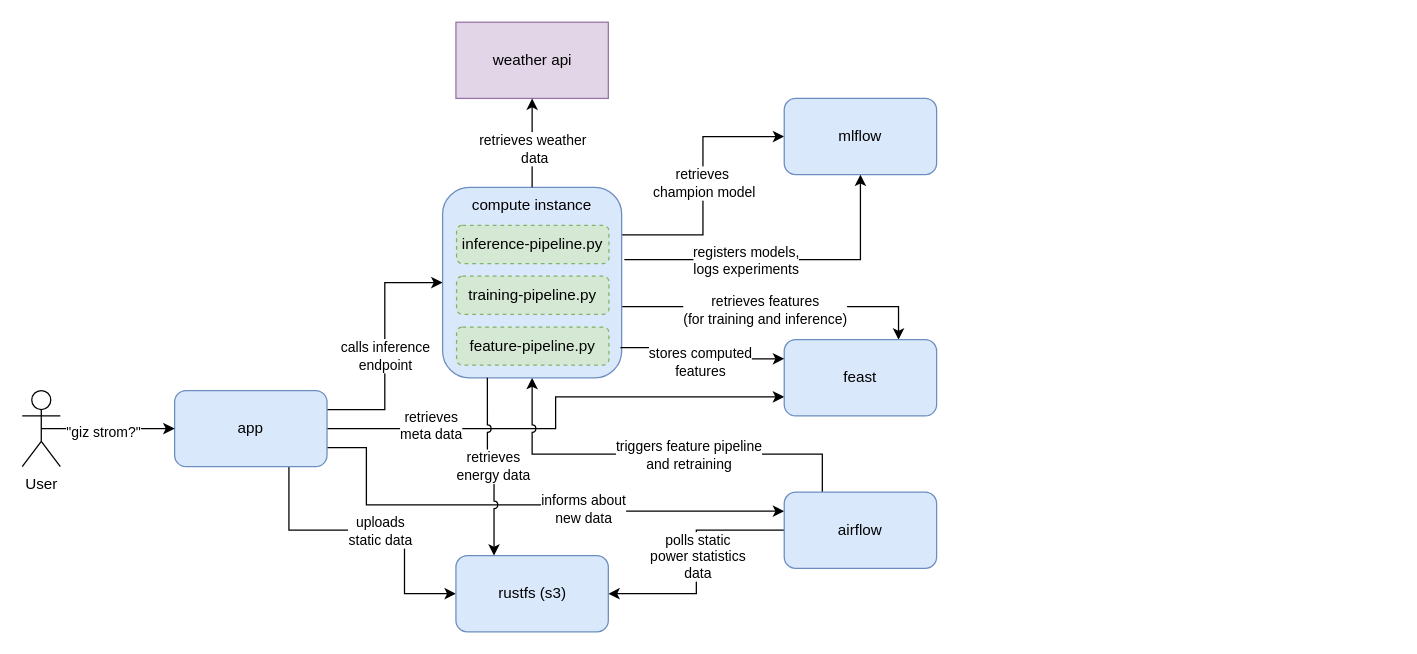
Earlier version of the draw.io diagram assets/architecture-v2.drawio (marcow03/gizstrom). Source tidied: cells renumbered, new cells numbered last; positions are measured from the earlier drawing's top-left corner, leaving out a move shared by most shapes. Both pictures are drawn from the tidied source at 127%, with x=0, y=0 at pixel (22, 22).
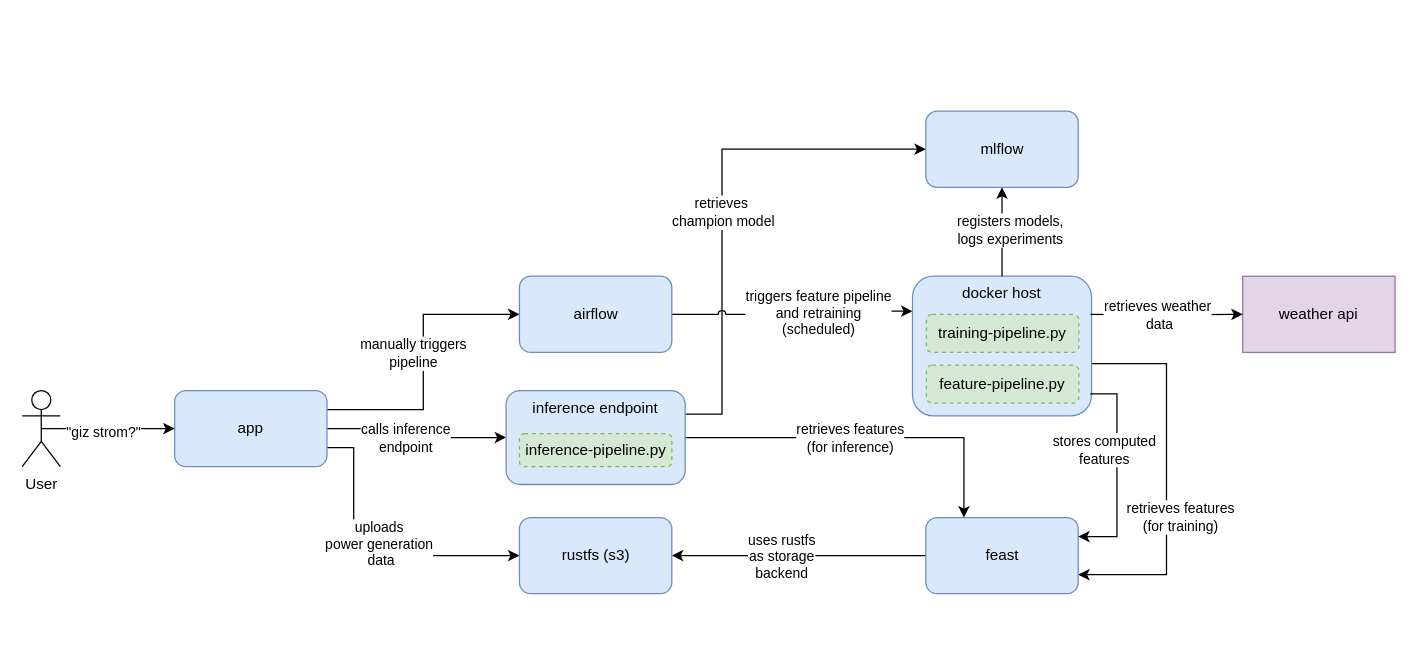
After the change.

The change refers to these unchanged cells:
```xml
<mxCell id="10" value="app" style="rounded=1;whiteSpace=wrap;html=1;fillColor=#dae8fc;strokeColor=#6c8ebf;" parent="1" vertex="1">
  <mxGeometry x="120" y="290" width="120" height="60" as="geometry" />
</mxCell>
```

The edit, as a diff of the source:
```diff
@@
-    <mxCell id="2" style="edgeStyle=orthogonalEdgeStyle;rounded=0;jettySize=auto;html=1;exitX=1;exitY=0.25;exitDx=0;exitDy=0;entryX=0;entryY=0.5;entryDx=0;entryDy=0;" parent="1" edge="1" source="10" target="28">
+    <mxCell id="2" style="edgeStyle=orthogonalEdgeStyle;rounded=0;jettySize=auto;html=1;exitX=1;exitY=0.5;exitDx=0;exitDy=0;entryX=0;entryY=0.5;entryDx=0;entryDy=0;" parent="1" edge="1" source="10" target="45">
       <mxGeometry relative="1" as="geometry" />
     </mxCell>
     <mxCell id="3" value="calls inference&lt;br&gt;endpoint" style="edgeLabel;html=1;align=center;verticalAlign=middle;" parent="2" vertex="1">
       <mxGeometry x="0.01" relative="1" as="geometry">
-        <mxPoint y="8" as="offset" />
+        <mxPoint x="-9" y="3" as="offset" />
       </mxGeometry>
     </mxCell>
-    <mxCell id="4" style="edgeStyle=orthogonalEdgeStyle;rounded=0;jettySize=auto;html=1;exitX=0.75;exitY=1;exitDx=0;exitDy=0;entryX=0;entryY=0.5;entryDx=0;entryDy=0;" parent="1" edge="1" source="10" target="26">
+    <mxCell id="4" style="edgeStyle=orthogonalEdgeStyle;rounded=0;jettySize=auto;html=1;exitX=1;exitY=0.75;exitDx=0;exitDy=0;entryX=0;entryY=0.5;entryDx=0;entryDy=0;" parent="1" edge="1" source="10" target="26">
       <mxGeometry relative="1" as="geometry">
         <Array as="points">
-          <mxPoint x="210" y="400" />
-          <mxPoint x="301" y="400" />
-          <mxPoint x="301" y="450" />
+          <mxPoint x="261" y="335" />
+          <mxPoint x="261" y="420" />
         </Array>
       </mxGeometry>
     </mxCell>
-    <mxCell id="5" value="uploads&lt;div&gt;static data&lt;/div&gt;" style="edgeLabel;html=1;align=center;verticalAlign=middle;" parent="4" vertex="1">
+    <mxCell id="5" value="uploads&lt;div&gt;power generation&lt;br&gt;&amp;nbsp;data&lt;/div&gt;" style="edgeLabel;html=1;align=center;verticalAlign=middle;" parent="4" vertex="1">
       <mxGeometry x="-0.05" y="-2" relative="1" as="geometry">
-        <mxPoint x="11" y="-2" as="offset" />
+        <mxPoint x="13" y="-12" as="offset" />
       </mxGeometry>
     </mxCell>
-    <mxCell id="6" style="rounded=0;jettySize=auto;html=1;exitX=1;exitY=0.5;exitDx=0;exitDy=0;entryX=0;entryY=0.75;entryDx=0;entryDy=0;edgeStyle=orthogonalEdgeStyle;" parent="1" edge="1" source="10" target="19">
-      <mxGeometry relative="1" as="geometry" />
-    </mxCell>
-    <mxCell id="7" value="retrieves&lt;div&gt;meta data&lt;/div&gt;" style="edgeLabel;html=1;align=center;verticalAlign=middle;" parent="6" vertex="1">
-      <mxGeometry x="0.01" y="1" relative="1" as="geometry">
-        <mxPoint x="-98" y="11" as="offset" />
-      </mxGeometry>
-    </mxCell>
-    <mxCell id="8" style="edgeStyle=orthogonalEdgeStyle;rounded=0;jettySize=auto;html=1;exitX=1;exitY=0.75;exitDx=0;exitDy=0;jumpStyle=arc;entryX=0;entryY=0.25;entryDx=0;entryDy=0;" parent="1" edge="1" source="10" target="25">
-      <mxGeometry relative="1" as="geometry">
-        <Array as="points">
-          <mxPoint x="271" y="335" />
-          <mxPoint x="271" y="380" />
-          <mxPoint x="420" y="380" />
-          <mxPoint x="420" y="385" />
-        </Array>
-      </mxGeometry>
+    <mxCell id="8" style="edgeStyle=orthogonalEdgeStyle;rounded=0;jettySize=auto;html=1;exitX=1;exitY=0.25;exitDx=0;exitDy=0;jumpStyle=arc;entryX=0;entryY=0.5;entryDx=0;entryDy=0;" parent="1" edge="1" source="10" target="25">
+      <mxGeometry relative="1" as="geometry" />
     </mxCell>
-    <mxCell id="9" value="informs about&lt;br&gt;new data" style="edgeLabel;html=1;align=center;verticalAlign=middle;" parent="8" vertex="1">
+    <mxCell id="9" value="manually triggers&lt;br&gt;pipeline" style="edgeLabel;html=1;align=center;verticalAlign=middle;" parent="8" vertex="1">
       <mxGeometry x="0.11" y="1" relative="1" as="geometry">
-        <mxPoint x="20" as="offset" />
+        <mxPoint x="-7" y="6" as="offset" />
       </mxGeometry>
     </mxCell>
@@
-    <mxCell id="14" style="edgeStyle=orthogonalEdgeStyle;rounded=0;jettySize=auto;html=1;entryX=0;entryY=0.5;entryDx=0;entryDy=0;exitX=1;exitY=0.25;exitDx=0;exitDy=0;" parent="1" edge="1" source="28" target="18">
-      <mxGeometry relative="1" as="geometry" />
+    <mxCell id="14" style="edgeStyle=orthogonalEdgeStyle;rounded=0;jettySize=auto;html=1;entryX=0;entryY=0.5;entryDx=0;entryDy=0;exitX=1;exitY=0.25;exitDx=0;exitDy=0;" parent="1" edge="1" source="45" target="18">
+      <mxGeometry relative="1" as="geometry">
+        <Array as="points">
+          <mxPoint x="551" y="309" />
+          <mxPoint x="551" y="100" />
+        </Array>
+      </mxGeometry>
     </mxCell>
@@
-    <mxCell id="16" style="edgeStyle=orthogonalEdgeStyle;rounded=0;jettySize=auto;html=1;entryX=0.75;entryY=0;entryDx=0;entryDy=0;exitX=0.998;exitY=0.626;exitDx=0;exitDy=0;exitPerimeter=0;" parent="1" edge="1" source="28" target="19">
-      <mxGeometry relative="1" as="geometry" />
+    <mxCell id="16" style="edgeStyle=orthogonalEdgeStyle;rounded=0;jettySize=auto;html=1;entryX=1;entryY=0.75;entryDx=0;entryDy=0;exitX=0.998;exitY=0.626;exitDx=0;exitDy=0;exitPerimeter=0;" parent="1" edge="1" source="28" target="19">
+      <mxGeometry relative="1" as="geometry">
+        <Array as="points">
+          <mxPoint x="901" y="269" />
+          <mxPoint x="901" y="435" />
+        </Array>
+      </mxGeometry>
     </mxCell>
-    <mxCell id="17" value="retrieves features&lt;br&gt;(for training and inference)" style="edgeLabel;html=1;align=center;verticalAlign=middle;" parent="16" vertex="1">
+    <mxCell id="17" value="retrieves features&lt;br&gt;(for training)" style="edgeLabel;html=1;align=center;verticalAlign=middle;" parent="16" vertex="1">
       <mxGeometry y="-1" relative="1" as="geometry">
-        <mxPoint x="-9" y="2" as="offset" />
+        <mxPoint x="11" y="33" as="offset" />
       </mxGeometry>
     </mxCell>
     <mxCell id="18" value="mlflow" style="rounded=1;whiteSpace=wrap;html=1;fillColor=#dae8fc;strokeColor=#6c8ebf;" parent="1" vertex="1">
-      <mxGeometry x="600" y="60" width="120" height="60" as="geometry" />
+      <mxGeometry x="711.5" y="70" width="120" height="60" as="geometry" />
     </mxCell>
+    <mxCell id="40" style="edgeStyle=orthogonalEdgeStyle;rounded=0;jettySize=auto;html=1;entryX=1;entryY=0.5;entryDx=0;entryDy=0;exitX=0;exitY=0.5;exitDx=0;exitDy=0;" parent="1" edge="1" source="19" target="26">
+      <mxGeometry relative="1" as="geometry" />
+    </mxCell>
+    <mxCell id="41" value="uses rustfs&lt;div&gt;as storage&lt;br&gt;backend&lt;/div&gt;" style="edgeLabel;html=1;align=center;verticalAlign=middle;" parent="40" vertex="1">
+      <mxGeometry x="0.25" y="1" relative="1" as="geometry">
+        <mxPoint x="11" y="-1" as="offset" />
+      </mxGeometry>
+    </mxCell>
     <mxCell id="19" value="feast" style="rounded=1;whiteSpace=wrap;html=1;fillColor=#dae8fc;strokeColor=#6c8ebf;" parent="1" vertex="1">
-      <mxGeometry x="600" y="250" width="120" height="60" as="geometry" />
+      <mxGeometry x="711.5" y="390" width="120" height="60" as="geometry" />
     </mxCell>
     <mxCell id="20" value="weather api" style="rounded=0;whiteSpace=wrap;html=1;fillColor=#e1d5e7;strokeColor=#9673a6;" parent="1" vertex="1">
-      <mxGeometry x="341.5" width="120" height="60" as="geometry" />
+      <mxGeometry x="961" y="200" width="120" height="60" as="geometry" />
     </mxCell>
-    <mxCell id="21" style="edgeStyle=orthogonalEdgeStyle;rounded=0;jettySize=auto;html=1;entryX=1;entryY=0.5;entryDx=0;entryDy=0;" parent="1" edge="1" source="25" target="26">
-      <mxGeometry relative="1" as="geometry" />
-    </mxCell>
-    <mxCell id="22" value="polls static&lt;br&gt;power statistics&lt;br&gt;data" style="edgeLabel;html=1;align=center;verticalAlign=middle;" parent="21" vertex="1">
-      <mxGeometry x="-0.04" y="1" relative="1" as="geometry" />
-    </mxCell>
-    <mxCell id="23" style="edgeStyle=orthogonalEdgeStyle;rounded=0;jettySize=auto;html=1;exitX=0.25;exitY=0;exitDx=0;exitDy=0;entryX=0.5;entryY=1;entryDx=0;entryDy=0;jumpStyle=arc;" parent="1" edge="1" source="25" target="28">
-      <mxGeometry relative="1" as="geometry">
-        <Array as="points">
-          <mxPoint x="630" y="340" />
-          <mxPoint x="402" y="340" />
-        </Array>
-      </mxGeometry>
+    <mxCell id="23" style="edgeStyle=orthogonalEdgeStyle;rounded=0;jettySize=auto;html=1;exitX=1;exitY=0.5;exitDx=0;exitDy=0;entryX=0;entryY=0.25;entryDx=0;entryDy=0;jumpStyle=arc;" parent="1" edge="1" source="25" target="28">
+      <mxGeometry relative="1" as="geometry" />
     </mxCell>
-    <mxCell id="24" value="triggers feature pipeline&lt;br&gt;and retraining" style="edgeLabel;html=1;align=center;verticalAlign=middle;" parent="23" vertex="1">
+    <mxCell id="24" value="triggers feature pipeline&lt;br&gt;and retraining&lt;br&gt;(scheduled)" style="edgeLabel;html=1;align=center;verticalAlign=middle;" parent="23" vertex="1">
       <mxGeometry x="0.16" relative="1" as="geometry">
-        <mxPoint x="49" as="offset" />
+        <mxPoint x="6" y="1" as="offset" />
       </mxGeometry>
     </mxCell>
     <mxCell id="25" value="airflow" style="rounded=1;whiteSpace=wrap;html=1;fillColor=#dae8fc;strokeColor=#6c8ebf;" parent="1" vertex="1">
-      <mxGeometry x="600" y="370" width="120" height="60" as="geometry" />
+      <mxGeometry x="391.5" y="200" width="120" height="60" as="geometry" />
     </mxCell>
     <mxCell id="26" value="rustfs (s3)" style="rounded=1;whiteSpace=wrap;html=1;fillColor=#dae8fc;strokeColor=#6c8ebf;" parent="1" vertex="1">
-      <mxGeometry x="341.5" y="420" width="120" height="60" as="geometry" />
+      <mxGeometry x="391.5" y="390" width="120" height="60" as="geometry" />
     </mxCell>
     <mxCell id="27" style="group;" parent="1" vertex="1">
-      <mxGeometry x="331" y="130" width="141" height="150" as="geometry" />
+      <mxGeometry x="701" y="160" width="141" height="150" as="geometry" />
     </mxCell>
-    <mxCell id="28" value="compute instance" style="rounded=1;whiteSpace=wrap;html=1;fillColor=#dae8fc;strokeColor=#6c8ebf;verticalAlign=top;" parent="27" vertex="1">
-      <mxGeometry width="141" height="150" as="geometry" />
+    <mxCell id="28" value="docker host" style="rounded=1;whiteSpace=wrap;html=1;fillColor=#dae8fc;strokeColor=#6c8ebf;verticalAlign=top;" parent="27" vertex="1">
+      <mxGeometry y="40" width="141" height="110" as="geometry" />
     </mxCell>
@@
-    <mxCell id="31" value="inference-pipeline.py" style="rounded=1;whiteSpace=wrap;html=1;fillColor=#d5e8d4;strokeColor=#82b366;dashed=1;" parent="27" vertex="1">
-      <mxGeometry x="11" y="30" width="120" height="30" as="geometry" />
-    </mxCell>
-    <mxCell id="32" style="edgeStyle=orthogonalEdgeStyle;rounded=0;jettySize=auto;html=1;exitX=1.015;exitY=0.38;exitDx=0;exitDy=0;entryX=0.5;entryY=1;entryDx=0;entryDy=0;exitPerimeter=0;" parent="1" edge="1" source="28" target="18">
+    <mxCell id="32" style="edgeStyle=orthogonalEdgeStyle;rounded=0;jettySize=auto;html=1;entryX=0.5;entryY=1;entryDx=0;entryDy=0;exitX=0.5;exitY=0;exitDx=0;exitDy=0;" parent="1" edge="1" source="28" target="18">
       <mxGeometry relative="1" as="geometry" />
     </mxCell>
     <mxCell id="33" value="registers models,&lt;br&gt;&lt;span style=&quot;color: light-dark(rgb(0, 0, 0), rgb(255, 255, 255)); background-color: light-dark(#ffffff, var(--ge-dark-color, #121212));&quot;&gt;logs&amp;nbsp;&lt;/span&gt;&lt;span style=&quot;color: light-dark(rgb(0, 0, 0), rgb(255, 255, 255)); background-color: light-dark(#ffffff, var(--ge-dark-color, #121212));&quot;&gt;experiments&lt;/span&gt;" style="edgeLabel;html=1;align=center;verticalAlign=middle;" parent="32" vertex="1">
       <mxGeometry x="0.19" y="-2" relative="1" as="geometry">
-        <mxPoint x="-55" y="-2" as="offset" />
+        <mxPoint x="4" y="5" as="offset" />
       </mxGeometry>
     </mxCell>
-    <mxCell id="34" style="edgeStyle=orthogonalEdgeStyle;rounded=0;jettySize=auto;html=1;exitX=0.993;exitY=0.842;exitDx=0;exitDy=0;entryX=0;entryY=0.25;entryDx=0;entryDy=0;exitPerimeter=0;" parent="1" edge="1" source="28" target="19">
+    <mxCell id="34" style="edgeStyle=orthogonalEdgeStyle;rounded=0;jettySize=auto;html=1;exitX=0.993;exitY=0.842;exitDx=0;exitDy=0;entryX=1;entryY=0.25;entryDx=0;entryDy=0;exitPerimeter=0;" parent="1" edge="1" source="28" target="19">
       <mxGeometry relative="1" as="geometry" />
     </mxCell>
     <mxCell id="35" value="stores computed&lt;br&gt;features" style="edgeLabel;html=1;align=center;verticalAlign=middle;" parent="34" vertex="1">
       <mxGeometry x="-0.37" y="-2" relative="1" as="geometry">
-        <mxPoint x="19" y="9" as="offset" />
+        <mxPoint x="-9" y="13" as="offset" />
       </mxGeometry>
     </mxCell>
-    <mxCell id="36" style="edgeStyle=orthogonalEdgeStyle;rounded=0;jettySize=auto;html=1;exitX=0.5;exitY=0;exitDx=0;exitDy=0;entryX=0.5;entryY=1;entryDx=0;entryDy=0;" parent="1" edge="1" source="28" target="20">
-      <mxGeometry relative="1" as="geometry" />
+    <mxCell id="36" style="edgeStyle=orthogonalEdgeStyle;rounded=0;jettySize=auto;html=1;entryX=0;entryY=0.5;entryDx=0;entryDy=0;" parent="1" edge="1" target="20">
+      <mxGeometry relative="1" as="geometry">
+        <mxPoint x="841" y="230" as="sourcePoint" />
+      </mxGeometry>
     </mxCell>
@@
-    <mxCell id="38" style="edgeStyle=orthogonalEdgeStyle;rounded=0;jettySize=auto;html=1;exitX=0.25;exitY=1;exitDx=0;exitDy=0;entryX=0.25;entryY=0;entryDx=0;entryDy=0;jumpStyle=arc;" parent="1" edge="1" source="28" target="26">
-      <mxGeometry relative="1" as="geometry" />
-    </mxCell>
-    <mxCell id="39" value="retrieves&lt;br&gt;energy data" style="edgeLabel;html=1;align=center;verticalAlign=middle;" parent="38" vertex="1">
-      <mxGeometry x="0.32" y="-1" relative="1" as="geometry">
-        <mxPoint y="-21" as="offset" />
-      </mxGeometry>
-    </mxCell>
+    <mxCell id="42" style="edgeStyle=orthogonalEdgeStyle;rounded=0;jettySize=auto;html=1;entryX=0.25;entryY=0;entryDx=0;entryDy=0;jumpStyle=arc;exitX=1;exitY=0.5;exitDx=0;exitDy=0;" parent="1" edge="1" source="45" target="19">
+      <mxGeometry relative="1" as="geometry" />
+    </mxCell>
+    <mxCell id="43" value="retrieves features&lt;br&gt;(for inference)" style="edgeLabel;html=1;align=center;verticalAlign=middle;" parent="42" vertex="1">
+      <mxGeometry x="0.06" relative="1" as="geometry">
+        <mxPoint x="-21" as="offset" />
+      </mxGeometry>
+    </mxCell>
+    <mxCell id="44" style="group;" parent="1" vertex="1">
+      <mxGeometry x="381" y="290" width="141" height="74" as="geometry" />
+    </mxCell>
+    <mxCell id="45" value="inference endpoint" style="rounded=1;whiteSpace=wrap;html=1;fillColor=#dae8fc;strokeColor=#6c8ebf;verticalAlign=top;" parent="44" vertex="1">
+      <mxGeometry width="141" height="74" as="geometry" />
+    </mxCell>
+    <mxCell id="31" value="inference-pipeline.py" style="rounded=1;whiteSpace=wrap;html=1;fillColor=#d5e8d4;strokeColor=#82b366;dashed=1;" parent="44" vertex="1">
+      <mxGeometry x="10.5" y="34" width="120" height="26" as="geometry" />
+    </mxCell>
```
